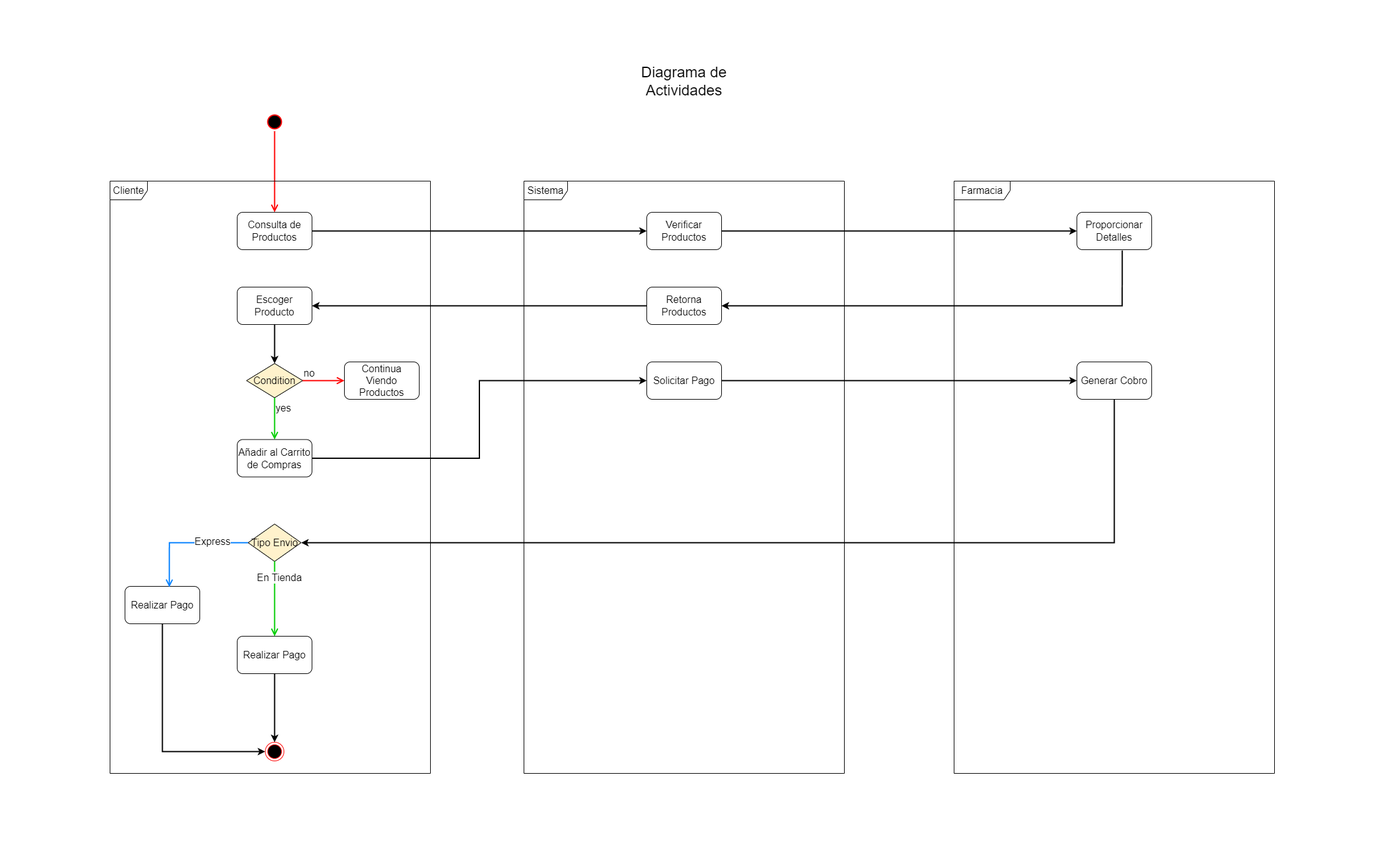
Before: Documentación/Avance 3/Diagrama de Actividades.png, a diagram exported from draw.io (DaniiMS506/ProyectoIngSWIII). Source tidied: cells renumbered, new cells last; positions are measured from the earlier drawing's top-left corner, leaving out a move shared by most shapes. Source of this version:
```xml
<mxGraphModel background="#ffffff">
  <root>
    <mxCell id="0" />
    <mxCell id="1" parent="0" />
    <mxCell id="2" style="ellipse;html=1;shape=startState;fillColor=#000000;strokeColor=#ff0000;strokeWidth=2;" parent="1" vertex="1">
      <mxGeometry x="425" y="180" width="30" height="30" as="geometry" />
    </mxCell>
    <mxCell id="3" style="edgeStyle=orthogonalEdgeStyle;html=1;verticalAlign=bottom;endArrow=open;endSize=8;strokeColor=#ff0000;rounded=0;strokeWidth=2;" parent="1" edge="1" source="2" target="6">
      <mxGeometry relative="1" as="geometry" />
    </mxCell>
    <mxCell id="4" value="Diagrama de Actividades" style="text;html=1;align=center;verticalAlign=middle;whiteSpace=wrap;rounded=0;fontSize=24;" parent="1" vertex="1">
      <mxGeometry x="999" y="80" width="196" height="100" as="geometry" />
    </mxCell>
    <mxCell id="5" style="edgeStyle=orthogonalEdgeStyle;rounded=0;jettySize=auto;html=1;strokeWidth=2;" parent="1" edge="1" source="6" target="11">
      <mxGeometry relative="1" as="geometry" />
    </mxCell>
    <mxCell id="6" value="Consulta de Productos" style="rounded=1;whiteSpace=wrap;html=1;fontSize=16;" parent="1" vertex="1">
      <mxGeometry x="380" y="340" width="120" height="60" as="geometry" />
    </mxCell>
    <mxCell id="7" value="Cliente" style="shape=umlFrame;whiteSpace=wrap;html=1;fontSize=16;" parent="1" vertex="1">
      <mxGeometry x="176" y="290" width="514" height="950" as="geometry" />
    </mxCell>
    <mxCell id="8" value="Sistema" style="shape=umlFrame;whiteSpace=wrap;html=1;fontSize=16;width=70;height=30;" parent="1" vertex="1">
      <mxGeometry x="840" y="290" width="514" height="950" as="geometry" />
    </mxCell>
    <mxCell id="9" value="Farmacia" style="shape=umlFrame;whiteSpace=wrap;html=1;fontSize=16;width=90;height=30;" parent="1" vertex="1">
      <mxGeometry x="1530" y="290" width="514" height="950" as="geometry" />
    </mxCell>
    <mxCell id="10" style="edgeStyle=orthogonalEdgeStyle;rounded=0;jettySize=auto;html=1;strokeWidth=2;" parent="1" edge="1" source="11" target="13">
      <mxGeometry relative="1" as="geometry" />
    </mxCell>
    <mxCell id="11" value="Verificar Productos" style="rounded=1;whiteSpace=wrap;html=1;fontSize=16;" parent="1" vertex="1">
      <mxGeometry x="1037" y="340" width="120" height="60" as="geometry" />
    </mxCell>
    <mxCell id="12" style="edgeStyle=orthogonalEdgeStyle;rounded=0;jettySize=auto;html=1;entryX=1;entryY=0.5;entryDx=0;entryDy=0;strokeWidth=2;exitX=0.606;exitY=1.021;exitDx=0;exitDy=0;exitPerimeter=0;" parent="1" edge="1" source="13" target="15">
      <mxGeometry relative="1" as="geometry">
        <Array as="points">
          <mxPoint x="1800" y="490" />
        </Array>
      </mxGeometry>
    </mxCell>
    <mxCell id="13" value="Proporcionar Detalles" style="rounded=1;whiteSpace=wrap;html=1;fontSize=16;" parent="1" vertex="1">
      <mxGeometry x="1727" y="340" width="120" height="60" as="geometry" />
    </mxCell>
    <mxCell id="14" style="edgeStyle=orthogonalEdgeStyle;rounded=0;jettySize=auto;html=1;strokeWidth=2;" parent="1" edge="1" source="15" target="17">
      <mxGeometry relative="1" as="geometry" />
    </mxCell>
    <mxCell id="15" value="Retorna Productos" style="rounded=1;whiteSpace=wrap;html=1;fontSize=16;" parent="1" vertex="1">
      <mxGeometry x="1037" y="460" width="120" height="60" as="geometry" />
    </mxCell>
    <mxCell id="16" style="edgeStyle=orthogonalEdgeStyle;rounded=0;jettySize=auto;html=1;entryX=0.5;entryY=0;entryDx=0;entryDy=0;strokeWidth=2;" parent="1" edge="1" source="17" target="18">
      <mxGeometry relative="1" as="geometry" />
    </mxCell>
    <mxCell id="17" value="Escoger Producto" style="rounded=1;whiteSpace=wrap;html=1;fontSize=16;" parent="1" vertex="1">
      <mxGeometry x="380" y="460" width="120" height="60" as="geometry" />
    </mxCell>
    <mxCell id="18" value="Condition" style="rhombus;whiteSpace=wrap;html=1;fontColor=#000000;fillColor=#FFF2CC;strokeColor=#000000;fontSize=16;" parent="1" vertex="1">
      <mxGeometry x="395" y="582.5" width="90" height="55" as="geometry" />
    </mxCell>
    <mxCell id="19" value="no" style="edgeStyle=orthogonalEdgeStyle;html=1;align=left;verticalAlign=bottom;endArrow=open;endSize=8;strokeColor=#ff0000;rounded=0;fontSize=16;entryX=0;entryY=0.5;entryDx=0;entryDy=0;strokeWidth=2;" parent="1" edge="1" source="18" target="23">
      <mxGeometry x="-1" relative="1" as="geometry" />
    </mxCell>
    <mxCell id="20" value="yes" style="edgeStyle=orthogonalEdgeStyle;html=1;align=left;verticalAlign=top;endArrow=open;endSize=8;strokeColor=#00CC00;rounded=0;fontSize=16;entryX=0.5;entryY=0;entryDx=0;entryDy=0;strokeWidth=2;" parent="1" edge="1" source="18" target="22">
      <mxGeometry x="-1" relative="1" as="geometry" />
    </mxCell>
    <mxCell id="21" style="edgeStyle=orthogonalEdgeStyle;rounded=0;jettySize=auto;html=1;entryX=0;entryY=0.5;entryDx=0;entryDy=0;strokeWidth=2;" parent="1" edge="1" source="22" target="26">
      <mxGeometry relative="1" as="geometry" />
    </mxCell>
    <mxCell id="22" value="Añadir al Carrito de Compras" style="rounded=1;whiteSpace=wrap;html=1;fontSize=16;" parent="1" vertex="1">
      <mxGeometry x="380" y="704.5" width="120" height="60" as="geometry" />
    </mxCell>
    <mxCell id="23" value="Continua Viendo Productos" style="rounded=1;whiteSpace=wrap;html=1;fontSize=16;" parent="1" vertex="1">
      <mxGeometry x="552" y="580" width="120" height="60" as="geometry" />
    </mxCell>
    <mxCell id="24" style="edgeStyle=orthogonalEdgeStyle;rounded=0;jettySize=auto;html=1;entryX=1;entryY=0.5;entryDx=0;entryDy=0;fontSize=12;strokeWidth=2;exitX=0.5;exitY=1;exitDx=0;exitDy=0;" parent="1" edge="1" source="27" target="30">
      <mxGeometry relative="1" as="geometry">
        <Array as="points">
          <mxPoint x="1787" y="870" />
        </Array>
      </mxGeometry>
    </mxCell>
    <mxCell id="25" style="edgeStyle=orthogonalEdgeStyle;rounded=0;jettySize=auto;html=1;entryX=0;entryY=0.5;entryDx=0;entryDy=0;strokeWidth=2;" parent="1" edge="1" source="26" target="27">
      <mxGeometry relative="1" as="geometry" />
    </mxCell>
    <mxCell id="26" value="Solicitar Pago" style="rounded=1;whiteSpace=wrap;html=1;fontSize=16;" parent="1" vertex="1">
      <mxGeometry x="1037" y="580" width="120" height="60" as="geometry" />
    </mxCell>
    <mxCell id="27" value="Generar Cobro" style="rounded=1;whiteSpace=wrap;html=1;fontSize=16;" parent="1" vertex="1">
      <mxGeometry x="1727" y="580" width="120" height="60" as="geometry" />
    </mxCell>
    <mxCell id="28" style="edgeStyle=orthogonalEdgeStyle;rounded=0;jettySize=auto;html=1;entryX=0;entryY=0.5;entryDx=0;entryDy=0;strokeWidth=2;" parent="1" edge="1" source="29" target="35">
      <mxGeometry relative="1" as="geometry">
        <Array as="points">
          <mxPoint x="260" y="1205" />
        </Array>
      </mxGeometry>
    </mxCell>
    <mxCell id="29" value="Realizar Pago" style="rounded=1;whiteSpace=wrap;html=1;fontSize=16;" parent="1" vertex="1">
      <mxGeometry x="200" y="940" width="120" height="60" as="geometry" />
    </mxCell>
    <mxCell id="30" value="Tipo Envio" style="rhombus;whiteSpace=wrap;html=1;fontColor=#000000;fillColor=#FFF2CC;strokeColor=#000000;fontSize=16;" parent="1" vertex="1">
      <mxGeometry x="397.5" y="840" width="85" height="60" as="geometry" />
    </mxCell>
    <mxCell id="31" value="Express" style="edgeStyle=orthogonalEdgeStyle;html=1;align=left;verticalAlign=bottom;endArrow=open;endSize=8;strokeColor=#007FFF;rounded=0;fontSize=16;exitX=0;exitY=0.5;exitDx=0;exitDy=0;entryX=0.593;entryY=0.021;entryDx=0;entryDy=0;entryPerimeter=0;strokeWidth=2;" parent="1" edge="1" source="30" target="29">
      <mxGeometry x="-0.11" y="10" relative="1" as="geometry" />
    </mxCell>
    <mxCell id="32" value="En Tienda" style="edgeStyle=orthogonalEdgeStyle;html=1;align=left;verticalAlign=top;endArrow=open;endSize=8;strokeColor=#00CC00;rounded=0;fontSize=16;entryX=0.5;entryY=0;entryDx=0;entryDy=0;strokeWidth=2;" parent="1" edge="1" source="30" target="34">
      <mxGeometry x="-0.83" y="-30" relative="1" as="geometry" />
    </mxCell>
    <mxCell id="33" style="edgeStyle=orthogonalEdgeStyle;rounded=0;jettySize=auto;html=1;strokeWidth=2;" parent="1" edge="1" source="34" target="35">
      <mxGeometry relative="1" as="geometry" />
    </mxCell>
    <mxCell id="34" value="Realizar Pago" style="rounded=1;whiteSpace=wrap;html=1;fontSize=16;" parent="1" vertex="1">
      <mxGeometry x="380" y="1020" width="120" height="60" as="geometry" />
    </mxCell>
    <mxCell id="35" style="ellipse;html=1;shape=endState;fillColor=#000000;strokeColor=#ff0000;" parent="1" vertex="1">
      <mxGeometry x="425" y="1190" width="30" height="30" as="geometry" />
    </mxCell>
    <mxCell id="36" style="endArrow=none;dashed=1;html=1;dashPattern=1 3;strokeWidth=0;rounded=0;strokeColor=#FFFFFF;" parent="1" edge="1">
      <mxGeometry relative="1" as="geometry">
        <mxPoint x="1007" as="sourcePoint" />
        <mxPoint x="1187" as="targetPoint" />
      </mxGeometry>
    </mxCell>
    <mxCell id="37" style="endArrow=none;dashed=1;html=1;dashPattern=1 3;strokeWidth=0;rounded=0;strokeColor=#FFFFFF;" parent="1" edge="1">
      <mxGeometry relative="1" as="geometry">
        <mxPoint x="987" y="1380" as="sourcePoint" />
        <mxPoint x="1167" y="1380" as="targetPoint" />
      </mxGeometry>
    </mxCell>
    <mxCell id="38" style="endArrow=none;dashed=1;html=1;dashPattern=1 3;strokeWidth=0;rounded=0;strokeColor=#FFFFFF;" parent="1" edge="1">
      <mxGeometry relative="1" as="geometry">
        <mxPoint y="610" as="sourcePoint" />
        <mxPoint y="750" as="targetPoint" />
      </mxGeometry>
    </mxCell>
    <mxCell id="39" style="endArrow=none;dashed=1;html=1;dashPattern=1 3;strokeWidth=0;rounded=0;strokeColor=#FFFFFF;" parent="1" edge="1">
      <mxGeometry relative="1" as="geometry">
        <mxPoint x="2240" y="560" as="sourcePoint" />
        <mxPoint x="2240" y="700" as="targetPoint" />
      </mxGeometry>
    </mxCell>
  </root>
</mxGraphModel>
```
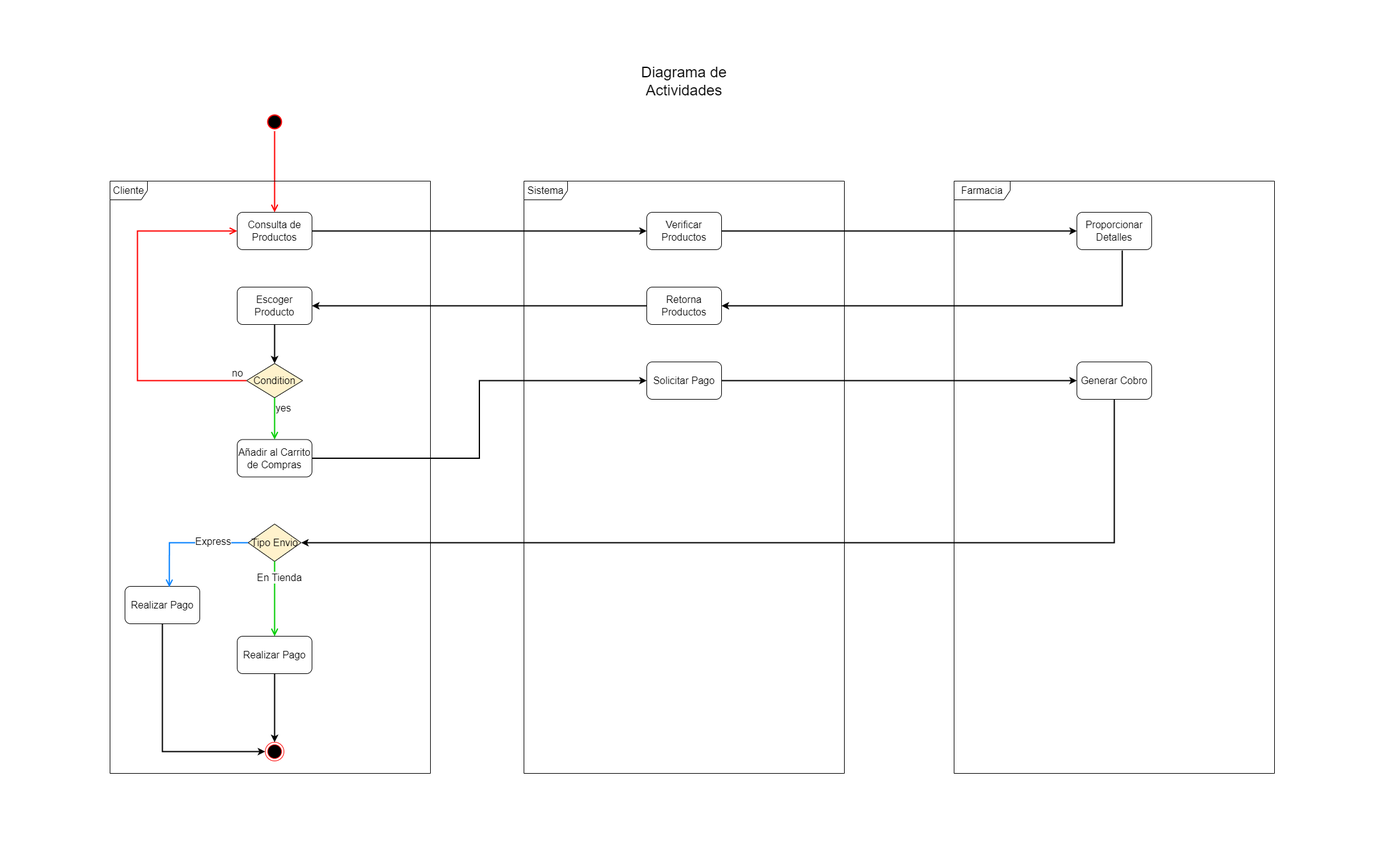
After the commit.

Commit message:
upd diagrama de actividades

Change to the diagram source:
```diff
@@ -57,8 +57,13 @@
     <mxCell id="18" value="Condition" style="rhombus;whiteSpace=wrap;html=1;fontColor=#000000;fillColor=#FFF2CC;strokeColor=#000000;fontSize=16;" parent="1" vertex="1">
       <mxGeometry x="395" y="582.5" width="90" height="55" as="geometry" />
     </mxCell>
-    <mxCell id="19" value="no" style="edgeStyle=orthogonalEdgeStyle;html=1;align=left;verticalAlign=bottom;endArrow=open;endSize=8;strokeColor=#ff0000;rounded=0;fontSize=16;entryX=0;entryY=0.5;entryDx=0;entryDy=0;strokeWidth=2;" parent="1" edge="1" source="18" target="23">
-      <mxGeometry x="-1" relative="1" as="geometry" />
+    <mxCell id="19" value="no" style="edgeStyle=orthogonalEdgeStyle;html=1;align=left;verticalAlign=bottom;endArrow=open;endSize=8;strokeColor=#ff0000;rounded=0;fontSize=16;strokeWidth=2;" parent="1" edge="1" source="18" target="6">
+      <mxGeometry x="-0.91" relative="1" as="geometry">
+        <Array as="points">
+          <mxPoint x="220" y="610" />
+          <mxPoint x="220" y="370" />
+        </Array>
+      </mxGeometry>
     </mxCell>
     <mxCell id="20" value="yes" style="edgeStyle=orthogonalEdgeStyle;html=1;align=left;verticalAlign=top;endArrow=open;endSize=8;strokeColor=#00CC00;rounded=0;fontSize=16;entryX=0.5;entryY=0;entryDx=0;entryDy=0;strokeWidth=2;" parent="1" edge="1" source="18" target="22">
       <mxGeometry x="-1" relative="1" as="geometry" />
@@ -69,9 +74,6 @@
     <mxCell id="22" value="Añadir al Carrito de Compras" style="rounded=1;whiteSpace=wrap;html=1;fontSize=16;" parent="1" vertex="1">
       <mxGeometry x="380" y="704.5" width="120" height="60" as="geometry" />
     </mxCell>
-    <mxCell id="23" value="Continua Viendo Productos" style="rounded=1;whiteSpace=wrap;html=1;fontSize=16;" parent="1" vertex="1">
-      <mxGeometry x="552" y="580" width="120" height="60" as="geometry" />
-    </mxCell>
     <mxCell id="24" style="edgeStyle=orthogonalEdgeStyle;rounded=0;jettySize=auto;html=1;entryX=1;entryY=0.5;entryDx=0;entryDy=0;fontSize=12;strokeWidth=2;exitX=0.5;exitY=1;exitDx=0;exitDy=0;" parent="1" edge="1" source="27" target="30">
       <mxGeometry relative="1" as="geometry">
         <Array as="points">
```
